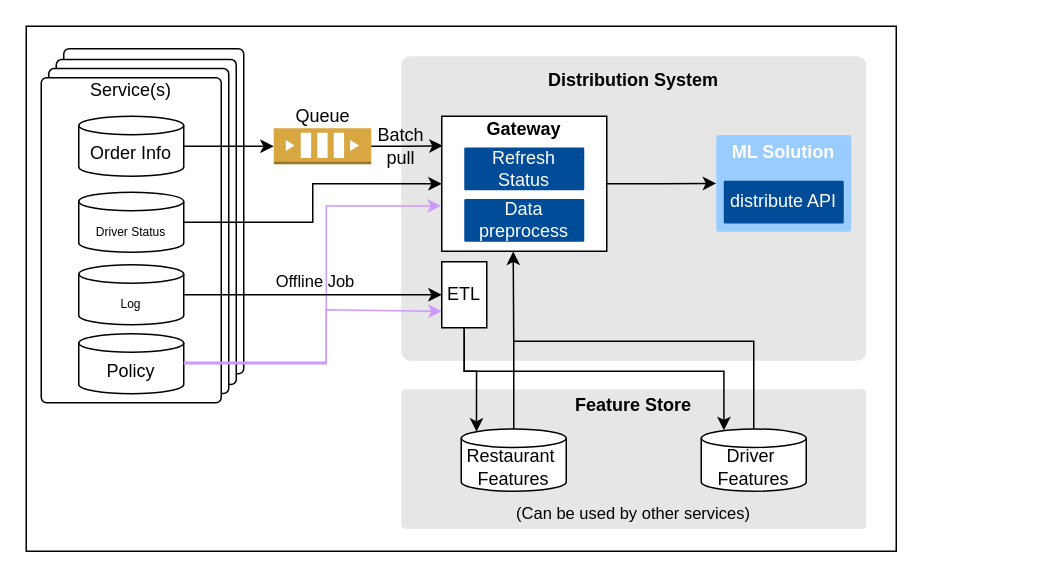
fenwuyaoji/learngit keeps this draw.io diagram as Untitled Diagram.drawio. Above is the earlier version. Source tidied: cells renumbered, new cells numbered last; positions are measured from the earlier drawing's top-left corner, leaving out a move shared by most shapes. Both pictures are drawn from the tidied source at 150%, with x=0, y=0 at pixel (26, 26).
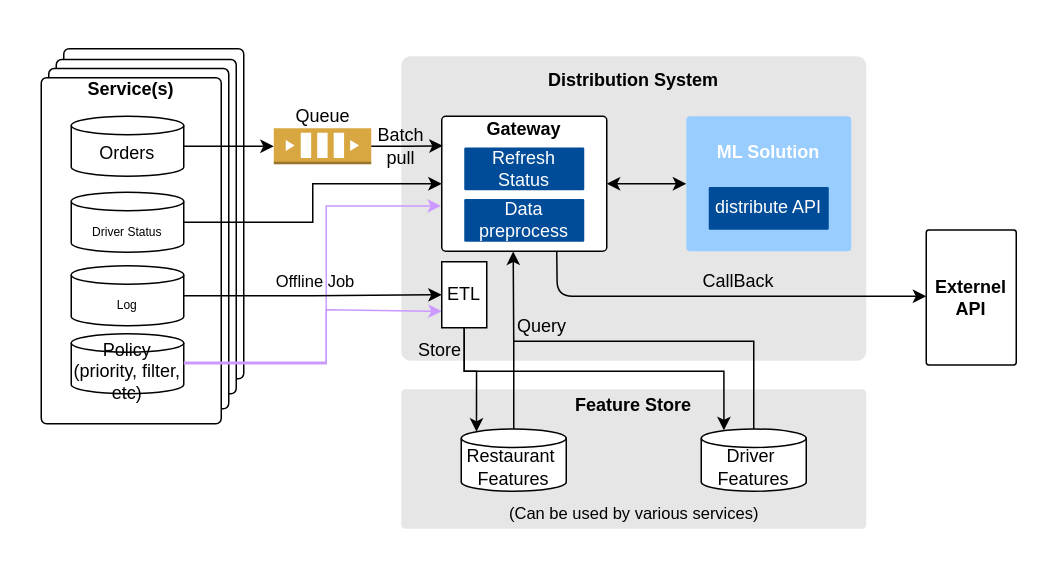
The same diagram, later.

Unchanged cells that the change refers to:
```xml
<mxCell id="4" style="group;" parent="3" vertex="1">
  <mxGeometry width="314" height="310" as="geometry" />
</mxCell>
<mxCell id="12" style="outlineConnect=0;dashed=0;verticalLabelPosition=bottom;verticalAlign=top;align=center;html=1;shape=mxgraph.aws3.queue;fillColor=#D9A741;gradientColor=none;" parent="4" vertex="1">
  <mxGeometry x="155" y="53" width="65" height="24" as="geometry" />
</mxCell>
```

What changed in the source:
```diff
@@
-    <mxCell id="2" style="rounded=0;whiteSpace=wrap;html=1;fillColor=#FFFFFF;" parent="1" vertex="1">
-      <mxGeometry width="580" height="350" as="geometry" />
+    <mxCell id="2" style="rounded=0;whiteSpace=wrap;html=1;fillColor=#FFFFFF;strokeColor=none;" parent="1" vertex="1">
+      <mxGeometry width="670" height="350" as="geometry" />
     </mxCell>
@@
     <mxCell id="5" style="rounded=1;whiteSpace=wrap;html=1;arcSize=3;" parent="4" vertex="1">
-      <mxGeometry x="15" width="120" height="216.7" as="geometry" />
+      <mxGeometry x="15" width="120" height="220" as="geometry" />
     </mxCell>
     <mxCell id="6" style="rounded=1;whiteSpace=wrap;html=1;arcSize=3;" parent="4" vertex="1">
-      <mxGeometry x="10" y="7.2" width="120" height="216.7" as="geometry" />
+      <mxGeometry x="10" y="7.2" width="120" height="222.8" as="geometry" />
     </mxCell>
     <mxCell id="7" style="rounded=1;whiteSpace=wrap;html=1;arcSize=3;" parent="4" vertex="1">
-      <mxGeometry x="5" y="13.2" width="120" height="216.7" as="geometry" />
+      <mxGeometry x="5" y="13.2" width="120" height="226.8" as="geometry" />
     </mxCell>
-    <mxCell id="8" value="Service(s)&lt;br&gt;&lt;br&gt;&lt;br&gt;&lt;br&gt;&lt;br&gt;&lt;br&gt;&lt;br&gt;&lt;br&gt;&lt;br&gt;&lt;br&gt;&lt;br&gt;&lt;br&gt;&lt;br&gt;&lt;br&gt;&lt;br&gt;" style="rounded=1;whiteSpace=wrap;html=1;arcSize=3;" parent="4" vertex="1">
-      <mxGeometry y="19.3" width="120" height="216.7" as="geometry" />
+    <mxCell id="8" value="&lt;b&gt;Service(s)&lt;br&gt;&lt;br&gt;&lt;br&gt;&lt;br&gt;&lt;br&gt;&lt;br&gt;&lt;br&gt;&lt;br&gt;&lt;br&gt;&lt;br&gt;&lt;br&gt;&lt;br&gt;&lt;br&gt;&lt;br&gt;&lt;br&gt;&lt;br&gt;&lt;/b&gt;" style="rounded=1;whiteSpace=wrap;html=1;arcSize=3;" parent="4" vertex="1">
+      <mxGeometry y="19.3" width="120" height="230.7" as="geometry" />
     </mxCell>
-    <mxCell id="9" value="Policy" style="shape=cylinder3;whiteSpace=wrap;html=1;boundedLbl=1;backgroundOutline=1;size=6.166666666666657;" parent="4" vertex="1">
-      <mxGeometry x="25" y="190" width="70" height="40" as="geometry" />
+    <mxCell id="9" value="Policy&lt;br&gt;(priority, filter, etc)" style="shape=cylinder3;whiteSpace=wrap;html=1;boundedLbl=1;backgroundOutline=1;size=6.166666666666657;" parent="4" vertex="1">
+      <mxGeometry x="20" y="190" width="75" height="40" as="geometry" />
     </mxCell>
-    <mxCell id="10" value="&lt;font style=&quot;font-size: 8px&quot;&gt;Log&lt;/font&gt;" style="shape=cylinder3;whiteSpace=wrap;html=1;boundedLbl=1;backgroundOutline=1;size=6.166666666666657;" parent="4" vertex="1">
-      <mxGeometry x="25" y="144" width="70" height="40" as="geometry" />
-    </mxCell>
     <mxCell id="11" value="&lt;font style=&quot;font-size: 8px&quot;&gt;Driver Status&lt;/font&gt;" style="shape=cylinder3;whiteSpace=wrap;html=1;boundedLbl=1;backgroundOutline=1;size=6.166666666666657;" parent="4" vertex="1">
-      <mxGeometry x="25" y="95.6" width="70" height="40" as="geometry" />
+      <mxGeometry x="20" y="95.6" width="75" height="40" as="geometry" />
     </mxCell>
@@
+    <mxCell id="10" value="&lt;font style=&quot;font-size: 8px&quot;&gt;Log&lt;/font&gt;" style="shape=cylinder3;whiteSpace=wrap;html=1;boundedLbl=1;backgroundOutline=1;size=6.166666666666657;" parent="4" vertex="1">
+      <mxGeometry x="20" y="144.6" width="75" height="40" as="geometry" />
+    </mxCell>
+    <mxCell id="18" value="Orders" style="shape=cylinder3;whiteSpace=wrap;html=1;boundedLbl=1;backgroundOutline=1;size=6.166666666666657;" parent="4" vertex="1">
+      <mxGeometry x="20" y="45" width="75" height="40" as="geometry" />
+    </mxCell>
+    <mxCell id="17" style="edgeStyle=orthogonalEdgeStyle;rounded=0;jettySize=auto;html=1;entryX=0;entryY=0.5;entryDx=0;entryDy=0;entryPerimeter=0;" parent="4" edge="1" source="18" target="12">
+      <mxGeometry relative="1" as="geometry" />
+    </mxCell>
@@
-    <mxCell id="17" style="edgeStyle=orthogonalEdgeStyle;rounded=0;jettySize=auto;html=1;entryX=0;entryY=0.5;entryDx=0;entryDy=0;entryPerimeter=0;" parent="1" edge="1" source="18" target="12">
-      <mxGeometry relative="1" as="geometry" />
-    </mxCell>
-    <mxCell id="18" value="Order Info" style="shape=cylinder3;whiteSpace=wrap;html=1;boundedLbl=1;backgroundOutline=1;size=6.166666666666657;" parent="1" vertex="1">
-      <mxGeometry x="35" y="60" width="70" height="40" as="geometry" />
-    </mxCell>
@@
-    <mxCell id="21" value="&lt;b&gt;Gateway&lt;br&gt;&lt;/b&gt;&lt;br&gt;&lt;br&gt;&lt;br&gt;&lt;br&gt;&lt;br&gt;" style="whiteSpace=wrap;html=1;" parent="1" vertex="1">
+    <mxCell id="21" value="&lt;b&gt;Gateway&lt;br&gt;&lt;/b&gt;&lt;br&gt;&lt;br&gt;&lt;br&gt;&lt;br&gt;&lt;br&gt;" style="whiteSpace=wrap;html=1;rounded=1;arcSize=3;" parent="1" vertex="1">
       <mxGeometry x="277" y="60" width="110" height="90" as="geometry" />
     </mxCell>
@@
-    <mxCell id="26" style="edgeStyle=orthogonalEdgeStyle;rounded=0;jettySize=auto;html=1;entryX=0;entryY=0.5;entryDx=0;entryDy=0;exitX=1;exitY=0.5;exitDx=0;exitDy=0;" parent="1" edge="1" source="21" target="27">
+    <mxCell id="26" style="edgeStyle=orthogonalEdgeStyle;rounded=0;jettySize=auto;html=1;entryX=0;entryY=0.5;entryDx=0;entryDy=0;exitX=1;exitY=0.5;exitDx=0;exitDy=0;startArrow=classic;startFill=1;" parent="1" edge="1" source="21" target="27">
       <mxGeometry relative="1" as="geometry" />
     </mxCell>
     <mxCell id="27" value="&lt;font color=&quot;#ffffff&quot;&gt;&lt;b&gt;ML Solution&lt;/b&gt;&lt;br&gt;&lt;br&gt;&lt;br&gt;&lt;br&gt;&lt;/font&gt;" style="rounded=1;whiteSpace=wrap;html=1;arcSize=3;fillColor=#99CCFF;strokeColor=none;" parent="1" vertex="1">
-      <mxGeometry x="460" y="72.5" width="90" height="64.5" as="geometry" />
+      <mxGeometry x="440" y="60" width="110" height="90" as="geometry" />
     </mxCell>
@@
     <mxCell id="33" value="&lt;span style=&quot;color: rgb(255 , 255 , 255) ; font-family: &amp;#34;helvetica&amp;#34;&quot;&gt;distribute API&lt;/span&gt;&lt;font color=&quot;#ffffff&quot;&gt;&lt;br&gt;&lt;/font&gt;" style="rounded=1;whiteSpace=wrap;html=1;arcSize=3;fillColor=#004C99;strokeColor=none;" parent="1" vertex="1">
-      <mxGeometry x="465" y="103" width="80" height="28.5" as="geometry" />
+      <mxGeometry x="455" y="107.2" width="80" height="28.5" as="geometry" />
     </mxCell>
-    <mxCell id="34" value="&lt;font style=&quot;font-size: 11px ; line-height: 60%&quot;&gt;(Can be used by other services)&lt;/font&gt;" style="text;html=1;strokeColor=none;fillColor=none;align=center;verticalAlign=middle;whiteSpace=wrap;rounded=0;" parent="1" vertex="1">
-      <mxGeometry x="315" y="315" width="180" height="20" as="geometry" />
+    <mxCell id="34" value="&lt;font style=&quot;font-size: 11px ; line-height: 60%&quot;&gt;(Can be used by various services)&lt;/font&gt;" style="text;html=1;strokeColor=none;fillColor=none;align=center;verticalAlign=middle;whiteSpace=wrap;rounded=0;" parent="1" vertex="1">
+      <mxGeometry x="312.5" y="315" width="185" height="20" as="geometry" />
     </mxCell>
@@
+    <mxCell id="39" style="endArrow=classic;html=1;strokeColor=#000000;exitX=0.697;exitY=1.002;exitDx=0;exitDy=0;exitPerimeter=0;" parent="1" edge="1" source="21">
+      <mxGeometry relative="1" as="geometry">
+        <mxPoint x="600" y="180" as="targetPoint" />
+        <Array as="points">
+          <mxPoint x="354" y="180" />
+        </Array>
+      </mxGeometry>
+    </mxCell>
+    <mxCell id="40" value="CallBack" style="text;html=1;strokeColor=none;fillColor=none;align=center;verticalAlign=middle;whiteSpace=wrap;rounded=0;" parent="1" vertex="1">
+      <mxGeometry x="455" y="160" width="40" height="20" as="geometry" />
+    </mxCell>
+    <mxCell id="41" value="&lt;b&gt;Externel API&lt;/b&gt;" style="whiteSpace=wrap;html=1;rounded=1;arcSize=3;" parent="1" vertex="1">
+      <mxGeometry x="600" y="135.8" width="60" height="90" as="geometry" />
+    </mxCell>
+    <mxCell id="42" value="Query" style="text;html=1;strokeColor=none;fillColor=none;align=center;verticalAlign=middle;whiteSpace=wrap;rounded=0;" parent="1" vertex="1">
+      <mxGeometry x="324" y="190" width="40" height="20" as="geometry" />
+    </mxCell>
+    <mxCell id="43" value="Store" style="text;html=1;strokeColor=none;fillColor=none;align=center;verticalAlign=middle;whiteSpace=wrap;rounded=0;" parent="1" vertex="1">
+      <mxGeometry x="256" y="205.8" width="40" height="20" as="geometry" />
+    </mxCell>
```
